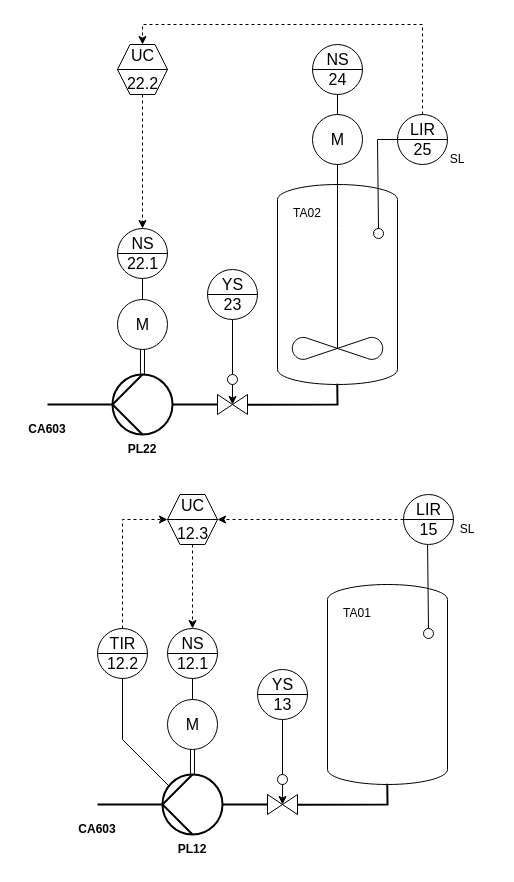
Earlier version of the draw.io diagram tanks.drawio (sid115/pltp-ri). Source tidied: cells renumbered, new cells numbered last; positions are measured from the earlier drawing's top-left corner, leaving out a move shared by most shapes. Both pictures are drawn from the tidied source at 100%, with x=0, y=0 at pixel (17, 24).
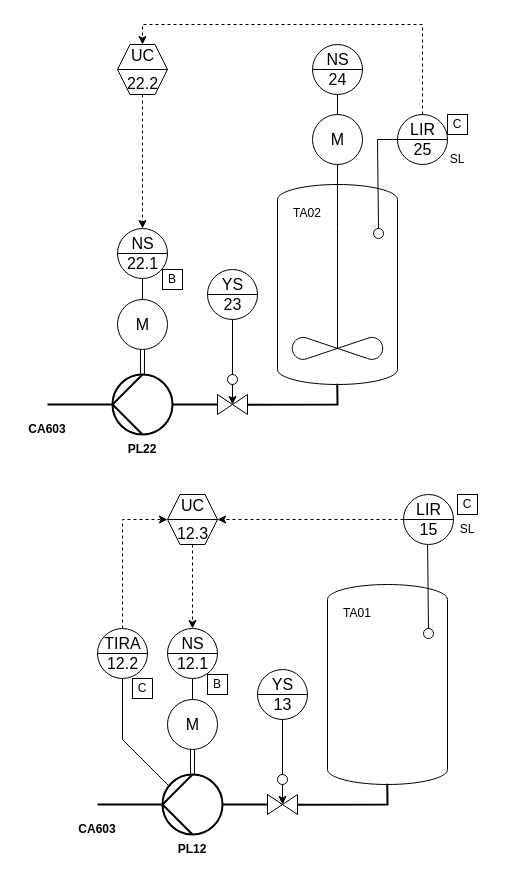
The same diagram, later.

The change refers to these unchanged cells:
```xml
<mxCell id="13" style="group;" parent="1" vertex="1">
  <mxGeometry x="380" y="90" width="90" height="60" as="geometry" />
</mxCell>
<mxCell id="35" style="group;" parent="1" vertex="1">
  <mxGeometry x="390" y="460" width="90" height="60" as="geometry" />
</mxCell>
```

What changed in the source:
```diff
@@
+    <mxCell id="61" value="C" style="rounded=0;whiteSpace=wrap;html=1;" parent="13" vertex="1">
+      <mxGeometry x="50" width="20" height="20" as="geometry" />
+    </mxCell>
@@
+    <mxCell id="62" value="C" style="rounded=0;whiteSpace=wrap;html=1;" parent="35" vertex="1">
+      <mxGeometry x="50" y="10" width="20" height="20" as="geometry" />
+    </mxCell>
@@
-    <mxCell id="58" value="TIR&lt;br style=&quot;font-size: 16px;&quot;&gt;12.2&lt;br style=&quot;font-size: 16px;&quot;&gt; " style="html=1;outlineConnect=0;align=center;dashed=0;shape=mxgraph.pid2inst.discInst;mounting=room;fontSize=16;" parent="1" vertex="1">
+    <mxCell id="58" value="TIRA&lt;br style=&quot;font-size: 16px;&quot;&gt;12.2&lt;br style=&quot;font-size: 16px;&quot;&gt; " style="html=1;outlineConnect=0;align=center;dashed=0;shape=mxgraph.pid2inst.discInst;mounting=room;fontSize=16;" parent="1" vertex="1">
       <mxGeometry x="80" y="604" width="50" height="50" as="geometry" />
     </mxCell>
@@
+    <mxCell id="63" value="B" style="rounded=0;whiteSpace=wrap;html=1;" parent="1" vertex="1">
+      <mxGeometry x="145" y="245" width="20" height="20" as="geometry" />
+    </mxCell>
+    <mxCell id="64" value="B" style="rounded=0;whiteSpace=wrap;html=1;" parent="1" vertex="1">
+      <mxGeometry x="190" y="650" width="20" height="20" as="geometry" />
+    </mxCell>
+    <mxCell id="65" value="C" style="rounded=0;whiteSpace=wrap;html=1;" parent="1" vertex="1">
+      <mxGeometry x="115" y="654" width="20" height="20" as="geometry" />
+    </mxCell>
```
